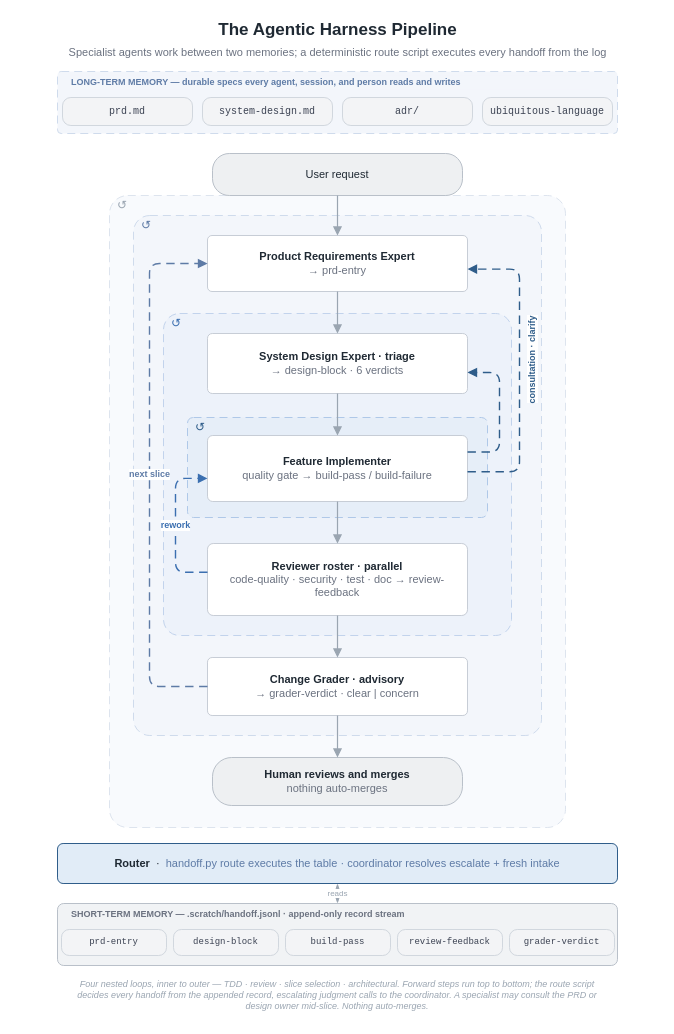
woditschka/agentic-coding-reference keeps this draw.io diagram as docs/images/pipeline-flow.drawio. Above is the earlier version. Source tidied: cells renumbered, new cells numbered last; positions are measured from the earlier drawing's top-left corner, leaving out a move shared by most shapes. Both pictures are drawn from the tidied source at 100%, with x=0, y=0 at pixel (17, 17).
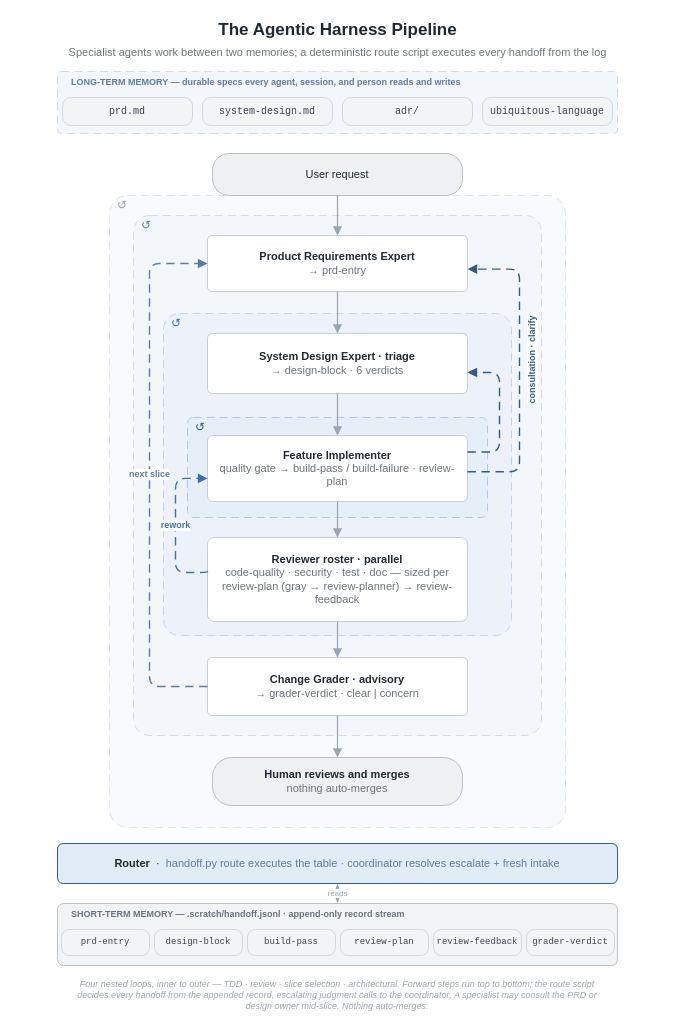
After the change.

The edit, as a diff of the source:
```diff
@@
-    <mxCell id="20" value="&lt;b&gt;Feature Implementer&lt;/b&gt;&lt;br&gt;&lt;font color=&quot;#6B7280&quot;&gt;quality gate → build-pass / build-failure&lt;/font&gt;" style="rounded=1;arcSize=8;whiteSpace=wrap;html=1;fillColor=#FFFFFF;strokeColor=#C7CDD6;fontSize=11;fontColor=#1F2933;verticalAlign=middle;spacingLeft=8;spacingRight=8;" parent="1" vertex="1">
+    <mxCell id="20" value="&lt;b&gt;Feature Implementer&lt;/b&gt;&lt;br&gt;&lt;font color=&quot;#6B7280&quot;&gt;quality gate → build-pass / build-failure · review-plan&lt;/font&gt;" style="rounded=1;arcSize=8;whiteSpace=wrap;html=1;fillColor=#FFFFFF;strokeColor=#C7CDD6;fontSize=11;fontColor=#1F2933;verticalAlign=middle;spacingLeft=8;spacingRight=8;" parent="1" vertex="1">
       <mxGeometry x="190" y="418" width="260" height="66" as="geometry" />
     </mxCell>
-    <mxCell id="21" value="&lt;b&gt;Reviewer roster · parallel&lt;/b&gt;&lt;br&gt;&lt;font color=&quot;#6B7280&quot;&gt;code-quality · security · test · doc → review-feedback&lt;/font&gt;" style="rounded=1;arcSize=8;whiteSpace=wrap;html=1;fillColor=#FFFFFF;strokeColor=#C7CDD6;fontSize=11;fontColor=#1F2933;verticalAlign=middle;spacingLeft=8;spacingRight=8;" parent="1" vertex="1">
-      <mxGeometry x="190" y="526" width="260" height="72" as="geometry" />
+    <mxCell id="21" value="&lt;b&gt;Reviewer roster · parallel&lt;/b&gt;&lt;br&gt;&lt;font color=&quot;#6B7280&quot;&gt;code-quality · security · test · doc — sized per review-plan (gray → review-planner) → review-feedback&lt;/font&gt;" style="rounded=1;arcSize=8;whiteSpace=wrap;html=1;fillColor=#FFFFFF;strokeColor=#C7CDD6;fontSize=11;fontColor=#1F2933;verticalAlign=middle;spacingLeft=8;spacingRight=8;" parent="1" vertex="1">
+      <mxGeometry x="190" y="520" width="260" height="84" as="geometry" />
     </mxCell>
@@
     <mxCell id="38" value="prd-entry" style="rounded=1;arcSize=30;whiteSpace=wrap;html=1;fillColor=#F3F4F6;strokeColor=#D1D7DE;fontColor=#3B4252;fontSize=9;fontFamily=Courier New;" parent="1" vertex="1">
-      <mxGeometry x="44" y="912" width="105" height="26" as="geometry" />
+      <mxGeometry x="44" y="912" width="88" height="26" as="geometry" />
     </mxCell>
     <mxCell id="39" value="design-block" style="rounded=1;arcSize=30;whiteSpace=wrap;html=1;fillColor=#F3F4F6;strokeColor=#D1D7DE;fontColor=#3B4252;fontSize=9;fontFamily=Courier New;" parent="1" vertex="1">
-      <mxGeometry x="156" y="912" width="105" height="26" as="geometry" />
+      <mxGeometry x="137" y="912" width="88" height="26" as="geometry" />
     </mxCell>
     <mxCell id="40" value="build-pass" style="rounded=1;arcSize=30;whiteSpace=wrap;html=1;fillColor=#F3F4F6;strokeColor=#D1D7DE;fontColor=#3B4252;fontSize=9;fontFamily=Courier New;" parent="1" vertex="1">
-      <mxGeometry x="268" y="912" width="105" height="26" as="geometry" />
+      <mxGeometry x="230" y="912" width="88" height="26" as="geometry" />
     </mxCell>
+    <mxCell id="46" value="review-plan" style="rounded=1;arcSize=30;whiteSpace=wrap;html=1;fillColor=#F3F4F6;strokeColor=#D1D7DE;fontColor=#3B4252;fontSize=9;fontFamily=Courier New;" parent="1" vertex="1">
+      <mxGeometry x="323" y="912" width="88" height="26" as="geometry" />
+    </mxCell>
     <mxCell id="41" value="review-feedback" style="rounded=1;arcSize=30;whiteSpace=wrap;html=1;fillColor=#F3F4F6;strokeColor=#D1D7DE;fontColor=#3B4252;fontSize=9;fontFamily=Courier New;" parent="1" vertex="1">
-      <mxGeometry x="380" y="912" width="105" height="26" as="geometry" />
+      <mxGeometry x="416" y="912" width="88" height="26" as="geometry" />
     </mxCell>
     <mxCell id="42" value="grader-verdict" style="rounded=1;arcSize=30;whiteSpace=wrap;html=1;fillColor=#F3F4F6;strokeColor=#D1D7DE;fontColor=#3B4252;fontSize=9;fontFamily=Courier New;" parent="1" vertex="1">
-      <mxGeometry x="492" y="912" width="105" height="26" as="geometry" />
+      <mxGeometry x="509" y="912" width="88" height="26" as="geometry" />
     </mxCell>
```
